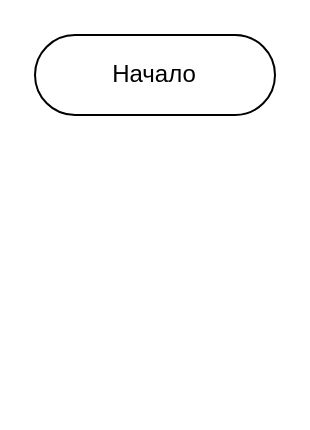
This is InfoSecurity/lab1/блок-схема.drawio from R3nnyWeb/labs8, a draw.io file, before an edit. Source tidied: cells renumbered, new cells numbered last; positions are measured from the earlier drawing's top-left corner, leaving out a move shared by most shapes. Both pictures are drawn from the tidied source at 200%, with x=0, y=0 at pixel (34, 34).
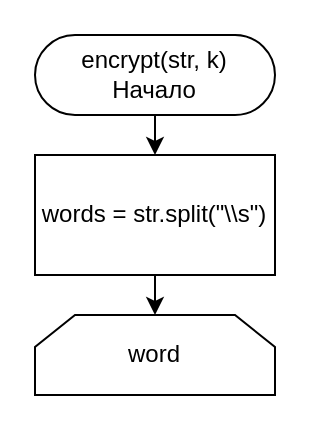
The same diagram, later.

Diff of the diagram source:
```diff
@@
 <mxGraphModel>
   <root>
     <mxCell id="0" />
     <mxCell id="1" parent="0" />
+    <mxCell id="3" style="edgeStyle=orthogonalEdgeStyle;rounded=0;jettySize=auto;html=1;exitX=0.5;exitY=1;exitDx=0;exitDy=0;entryX=0.5;entryY=0;entryDx=0;entryDy=0;" parent="1" edge="1" source="2" target="5">
+      <mxGeometry relative="1" as="geometry" />
+    </mxCell>
-    <mxCell id="2" value="Начало" style="rounded=1;whiteSpace=wrap;html=1;arcSize=50;" parent="1" vertex="1">
+    <mxCell id="2" value="encrypt(str, k)&lt;br&gt;Начало" style="rounded=1;whiteSpace=wrap;html=1;arcSize=50;" parent="1" vertex="1">
       <mxGeometry width="120" height="40" as="geometry" />
     </mxCell>
+    <mxCell id="4" style="edgeStyle=orthogonalEdgeStyle;rounded=0;jettySize=auto;html=1;exitX=0.5;exitY=1;exitDx=0;exitDy=0;entryX=0.5;entryY=0;entryDx=0;entryDy=0;" parent="1" edge="1" source="5" target="6">
+      <mxGeometry relative="1" as="geometry" />
+    </mxCell>
+    <mxCell id="5" value="words = str.split(&quot;\\s&quot;)" style="rounded=0;whiteSpace=wrap;html=1;" parent="1" vertex="1">
+      <mxGeometry y="60" width="120" height="60" as="geometry" />
+    </mxCell>
+    <mxCell id="6" value="word" style="shape=loopLimit;whiteSpace=wrap;html=1;" parent="1" vertex="1">
+      <mxGeometry y="140" width="120" height="40" as="geometry" />
+    </mxCell>
   </root>
 </mxGraphModel>
```
